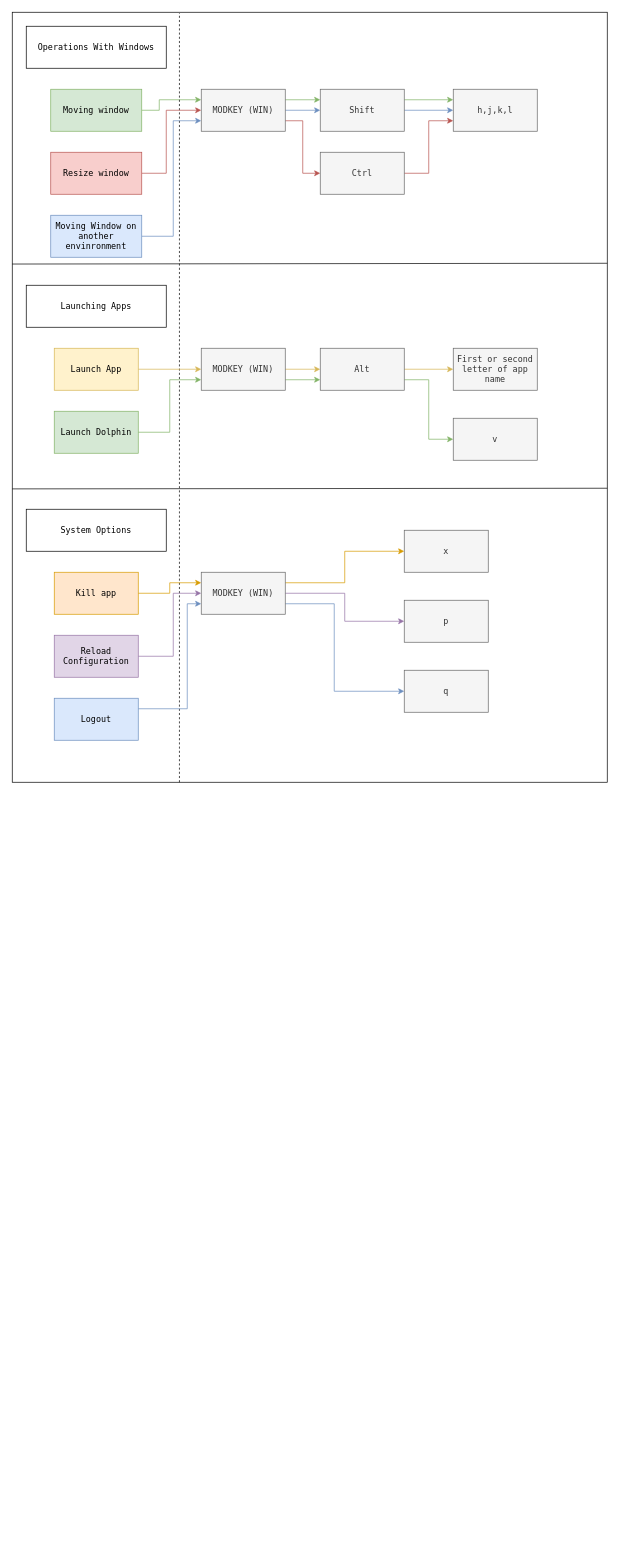
The draw.io diagram diagrams/Hotkeys.drawio in Username77177/GreatI3, before the edit. Source tidied: cells renumbered, new cells numbered last; positions are measured from the earlier drawing's top-left corner, leaving out a move shared by most shapes. Both pictures are drawn from the tidied source at 70%, with x=0, y=0 at pixel (12, 12).
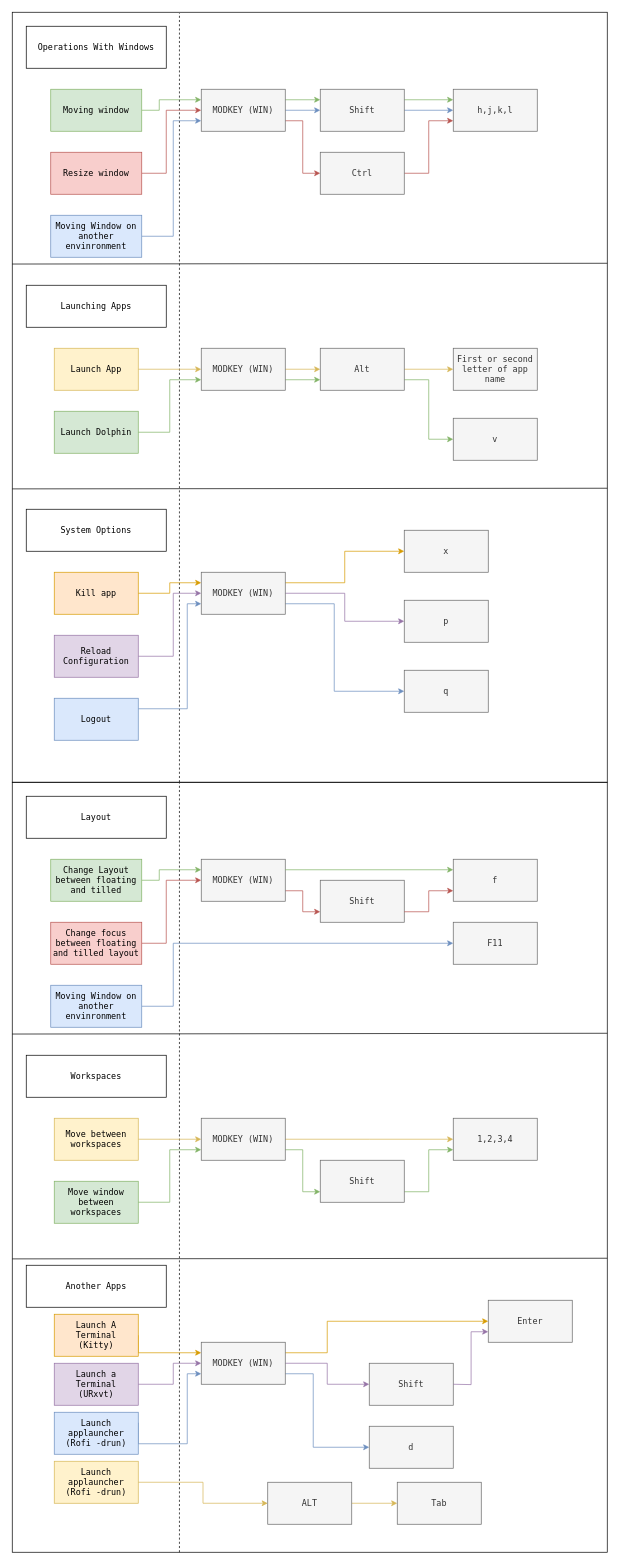
The same page after the edit.

Commit message (it also covers changes not shown here):
Xresources, Hotkeys, Great i3 diagrams modification, picom modification

Change to the diagram source:
```diff
@@
+    <mxCell id="50" style="rounded=0;whiteSpace=wrap;html=1;fillColor=none;" parent="1" vertex="1">
+      <mxGeometry y="1100" width="850" height="1100" as="geometry" />
+    </mxCell>
+    <mxCell id="51" value="Layout" style="rounded=0;whiteSpace=wrap;html=1;fontFamily=Lucida Console;" parent="1" vertex="1">
+      <mxGeometry x="20" y="1120" width="200" height="60" as="geometry" />
+    </mxCell>
+    <mxCell id="52" style="edgeStyle=orthogonalEdgeStyle;rounded=0;jettySize=auto;html=1;exitX=1;exitY=0.5;exitDx=0;exitDy=0;fontFamily=Lucida Console;fillColor=#d5e8d4;strokeColor=#82b366;entryX=0;entryY=0.25;entryDx=0;entryDy=0;" parent="1" edge="1" source="53" target="56">
+      <mxGeometry relative="1" as="geometry">
+        <Array as="points">
+          <mxPoint x="210" y="1240" />
+          <mxPoint x="210" y="1225" />
+        </Array>
+      </mxGeometry>
+    </mxCell>
+    <mxCell id="53" value="Change Layout between floating and tilled" style="rounded=0;whiteSpace=wrap;html=1;fillColor=#d5e8d4;fontFamily=Lucida Console;strokeColor=#82b366;" parent="1" vertex="1">
+      <mxGeometry x="55" y="1210" width="130" height="60" as="geometry" />
+    </mxCell>
+    <mxCell id="54" style="endArrow=none;dashed=1;html=1;fontFamily=Lucida Console;entryX=0.281;entryY=0.001;entryDx=0;entryDy=0;entryPerimeter=0;exitX=0.281;exitY=1;exitDx=0;exitDy=0;exitPerimeter=0;" parent="1" edge="1" source="50" target="50">
+      <mxGeometry relative="1" as="geometry" />
+    </mxCell>
+    <mxCell id="55" style="edgeStyle=orthogonalEdgeStyle;rounded=0;jettySize=auto;html=1;exitX=1;exitY=0.75;exitDx=0;exitDy=0;entryX=0;entryY=0.75;entryDx=0;entryDy=0;fontFamily=Lucida Console;fillColor=#f8cecc;strokeColor=#b85450;" parent="1" edge="1" source="56" target="58">
+      <mxGeometry relative="1" as="geometry" />
+    </mxCell>
+    <mxCell id="56" value="MODKEY (WIN)" style="rounded=0;whiteSpace=wrap;html=1;fillColor=#f5f5f5;fontFamily=Lucida Console;strokeColor=#666666;fontColor=#333333;" parent="1" vertex="1">
+      <mxGeometry x="270" y="1210" width="120" height="60" as="geometry" />
+    </mxCell>
+    <mxCell id="57" style="edgeStyle=orthogonalEdgeStyle;rounded=0;jettySize=auto;html=1;exitX=1;exitY=0.25;exitDx=0;exitDy=0;fontFamily=Lucida Console;fillColor=#d5e8d4;strokeColor=#82b366;entryX=0;entryY=0.25;entryDx=0;entryDy=0;" parent="1" edge="1" source="56" target="59">
+      <mxGeometry relative="1" as="geometry" />
+    </mxCell>
+    <mxCell id="58" value="Shift" style="rounded=0;whiteSpace=wrap;html=1;fillColor=#f5f5f5;fontFamily=Lucida Console;strokeColor=#666666;fontColor=#333333;" parent="1" vertex="1">
+      <mxGeometry x="440" y="1240" width="120" height="60" as="geometry" />
+    </mxCell>
+    <mxCell id="59" value="f" style="rounded=0;whiteSpace=wrap;html=1;fillColor=#f5f5f5;fontFamily=Lucida Console;strokeColor=#666666;fontColor=#333333;" parent="1" vertex="1">
+      <mxGeometry x="630" y="1210" width="120" height="60" as="geometry" />
+    </mxCell>
+    <mxCell id="60" style="edgeStyle=orthogonalEdgeStyle;rounded=0;jettySize=auto;html=1;exitX=1;exitY=0.5;exitDx=0;exitDy=0;entryX=0;entryY=0.5;entryDx=0;entryDy=0;fontFamily=Lucida Console;fillColor=#f8cecc;strokeColor=#b85450;" parent="1" edge="1" source="61" target="56">
+      <mxGeometry relative="1" as="geometry">
+        <Array as="points">
+          <mxPoint x="220" y="1330" />
+          <mxPoint x="220" y="1240" />
+        </Array>
+      </mxGeometry>
+    </mxCell>
+    <mxCell id="61" value="Change focus between floating and tilled layout" style="rounded=0;whiteSpace=wrap;html=1;fillColor=#f8cecc;fontFamily=Lucida Console;strokeColor=#b85450;" parent="1" vertex="1">
+      <mxGeometry x="55" y="1300" width="130" height="60" as="geometry" />
+    </mxCell>
+    <mxCell id="62" value="F11" style="rounded=0;whiteSpace=wrap;html=1;fillColor=#f5f5f5;fontFamily=Lucida Console;strokeColor=#666666;fontColor=#333333;" parent="1" vertex="1">
+      <mxGeometry x="630" y="1300" width="120" height="60" as="geometry" />
+    </mxCell>
+    <mxCell id="63" style="edgeStyle=orthogonalEdgeStyle;rounded=0;jettySize=auto;html=1;exitX=1;exitY=0.5;exitDx=0;exitDy=0;entryX=0;entryY=0.5;entryDx=0;entryDy=0;fontFamily=Lucida Console;fillColor=#dae8fc;strokeColor=#6c8ebf;" parent="1" edge="1" source="64" target="62">
+      <mxGeometry relative="1" as="geometry">
+        <Array as="points">
+          <mxPoint x="230" y="1420" />
+          <mxPoint x="230" y="1330" />
+        </Array>
+      </mxGeometry>
+    </mxCell>
+    <mxCell id="64" value="Moving Window on another envinronment" style="rounded=0;whiteSpace=wrap;html=1;fillColor=#dae8fc;fontFamily=Lucida Console;strokeColor=#6c8ebf;" parent="1" vertex="1">
+      <mxGeometry x="55" y="1390" width="130" height="60" as="geometry" />
+    </mxCell>
+    <mxCell id="65" style="endArrow=none;html=1;fontFamily=Lucida Console;exitX=0;exitY=0.327;exitDx=0;exitDy=0;exitPerimeter=0;entryX=1;entryY=0.326;entryDx=0;entryDy=0;entryPerimeter=0;" parent="1" edge="1" source="50" target="50">
+      <mxGeometry relative="1" as="geometry" />
+    </mxCell>
+    <mxCell id="66" value="Workspaces" style="rounded=0;whiteSpace=wrap;html=1;fontFamily=Lucida Console;" parent="1" vertex="1">
+      <mxGeometry x="20" y="1490" width="200" height="60" as="geometry" />
+    </mxCell>
+    <mxCell id="67" style="edgeStyle=orthogonalEdgeStyle;rounded=0;jettySize=auto;html=1;exitX=1;exitY=0.5;exitDx=0;exitDy=0;fontFamily=Lucida Console;fillColor=#fff2cc;strokeColor=#d6b656;" parent="1" edge="1" source="68" target="71">
+      <mxGeometry relative="1" as="geometry" />
+    </mxCell>
+    <mxCell id="68" value="Move between workspaces" style="rounded=0;whiteSpace=wrap;html=1;fillColor=#fff2cc;fontFamily=Lucida Console;strokeColor=#d6b656;" parent="1" vertex="1">
+      <mxGeometry x="60" y="1580" width="120" height="60" as="geometry" />
+    </mxCell>
+    <mxCell id="69" style="edgeStyle=orthogonalEdgeStyle;rounded=0;jettySize=auto;html=1;exitX=1;exitY=0.5;exitDx=0;exitDy=0;fontFamily=Lucida Console;fillColor=#fff2cc;strokeColor=#d6b656;" parent="1" edge="1" source="71">
+      <mxGeometry relative="1" as="geometry">
+        <mxPoint x="630" y="1610" as="targetPoint" />
+      </mxGeometry>
+    </mxCell>
+    <mxCell id="70" style="edgeStyle=orthogonalEdgeStyle;rounded=0;jettySize=auto;html=1;exitX=1;exitY=0.75;exitDx=0;exitDy=0;entryX=0;entryY=0.75;entryDx=0;entryDy=0;fontFamily=Lucida Console;fillColor=#d5e8d4;strokeColor=#82b366;" parent="1" edge="1" source="71" target="73">
+      <mxGeometry relative="1" as="geometry" />
+    </mxCell>
+    <mxCell id="71" value="MODKEY (WIN)" style="rounded=0;whiteSpace=wrap;html=1;fillColor=#f5f5f5;fontFamily=Lucida Console;strokeColor=#666666;fontColor=#333333;" parent="1" vertex="1">
+      <mxGeometry x="270" y="1580" width="120" height="60" as="geometry" />
+    </mxCell>
+    <mxCell id="72" style="edgeStyle=orthogonalEdgeStyle;rounded=0;jettySize=auto;html=1;exitX=1;exitY=0.75;exitDx=0;exitDy=0;entryX=0;entryY=0.75;entryDx=0;entryDy=0;fontFamily=Lucida Console;fillColor=#d5e8d4;strokeColor=#82b366;" parent="1" edge="1" source="73" target="74">
+      <mxGeometry relative="1" as="geometry" />
+    </mxCell>
+    <mxCell id="73" value="Shift" style="rounded=0;whiteSpace=wrap;html=1;fillColor=#f5f5f5;fontFamily=Lucida Console;strokeColor=#666666;fontColor=#333333;" parent="1" vertex="1">
+      <mxGeometry x="440" y="1640" width="120" height="60" as="geometry" />
+    </mxCell>
+    <mxCell id="74" value="1,2,3,4" style="rounded=0;whiteSpace=wrap;html=1;fillColor=#f5f5f5;fontFamily=Lucida Console;strokeColor=#666666;fontColor=#333333;" parent="1" vertex="1">
+      <mxGeometry x="630" y="1580" width="120" height="60" as="geometry" />
+    </mxCell>
+    <mxCell id="75" style="edgeStyle=orthogonalEdgeStyle;rounded=0;jettySize=auto;html=1;exitX=1;exitY=0.5;exitDx=0;exitDy=0;entryX=0;entryY=0.75;entryDx=0;entryDy=0;fontFamily=Lucida Console;fillColor=#d5e8d4;strokeColor=#82b366;" parent="1" edge="1" source="76" target="71">
+      <mxGeometry relative="1" as="geometry" />
+    </mxCell>
+    <mxCell id="76" value="Move window between workspaces" style="rounded=0;whiteSpace=wrap;html=1;fillColor=#d5e8d4;fontFamily=Lucida Console;strokeColor=#82b366;" parent="1" vertex="1">
+      <mxGeometry x="60" y="1670" width="120" height="60" as="geometry" />
+    </mxCell>
+    <mxCell id="77" style="endArrow=none;html=1;fontFamily=Lucida Console;exitX=0;exitY=0.619;exitDx=0;exitDy=0;exitPerimeter=0;entryX=1;entryY=0.326;entryDx=0;entryDy=0;entryPerimeter=0;" parent="1" edge="1" source="50">
+      <mxGeometry relative="1" as="geometry">
+        <mxPoint x="850" y="1780" as="targetPoint" />
+      </mxGeometry>
+    </mxCell>
+    <mxCell id="78" value="Another Apps" style="rounded=0;whiteSpace=wrap;html=1;fontFamily=Lucida Console;" parent="1" vertex="1">
+      <mxGeometry x="20" y="1790" width="200" height="60" as="geometry" />
+    </mxCell>
+    <mxCell id="79" style="edgeStyle=orthogonalEdgeStyle;rounded=0;jettySize=auto;html=1;exitX=1;exitY=0.5;exitDx=0;exitDy=0;fontFamily=Lucida Console;fillColor=#ffe6cc;strokeColor=#d79b00;entryX=0;entryY=0.25;entryDx=0;entryDy=0;" parent="1" edge="1" source="80" target="84">
+      <mxGeometry relative="1" as="geometry">
+        <Array as="points">
+          <mxPoint x="180" y="1915" />
+        </Array>
+      </mxGeometry>
+    </mxCell>
+    <mxCell id="80" value="Launch A Terminal&lt;br&gt;(Kitty)" style="rounded=0;whiteSpace=wrap;html=1;fillColor=#ffe6cc;fontFamily=Lucida Console;strokeColor=#d79b00;" parent="1" vertex="1">
+      <mxGeometry x="60" y="1860" width="120" height="60" as="geometry" />
+    </mxCell>
+    <mxCell id="81" style="edgeStyle=orthogonalEdgeStyle;rounded=0;jettySize=auto;html=1;exitX=1;exitY=0.25;exitDx=0;exitDy=0;entryX=0;entryY=0.5;entryDx=0;entryDy=0;fontFamily=Lucida Console;fillColor=#ffe6cc;strokeColor=#d79b00;" parent="1" edge="1" source="84" target="85">
+      <mxGeometry relative="1" as="geometry">
+        <Array as="points">
+          <mxPoint x="450" y="1915" />
+          <mxPoint x="450" y="1870" />
+        </Array>
+      </mxGeometry>
+    </mxCell>
+    <mxCell id="82" style="edgeStyle=orthogonalEdgeStyle;rounded=0;jettySize=auto;html=1;exitX=1;exitY=0.5;exitDx=0;exitDy=0;fontFamily=Lucida Console;fillColor=#e1d5e7;strokeColor=#9673a6;" parent="1" edge="1" source="84" target="88">
+      <mxGeometry relative="1" as="geometry" />
+    </mxCell>
+    <mxCell id="83" style="edgeStyle=orthogonalEdgeStyle;rounded=0;jettySize=auto;html=1;exitX=1;exitY=0.75;exitDx=0;exitDy=0;entryX=0;entryY=0.5;entryDx=0;entryDy=0;fontFamily=Lucida Console;fillColor=#dae8fc;strokeColor=#6c8ebf;" parent="1" edge="1" source="84" target="91">
+      <mxGeometry relative="1" as="geometry">
+        <Array as="points">
+          <mxPoint x="430" y="1945" />
+          <mxPoint x="430" y="2050" />
+        </Array>
+      </mxGeometry>
+    </mxCell>
+    <mxCell id="84" value="MODKEY (WIN)" style="rounded=0;whiteSpace=wrap;html=1;fillColor=#f5f5f5;fontFamily=Lucida Console;strokeColor=#666666;fontColor=#333333;" parent="1" vertex="1">
+      <mxGeometry x="270" y="1900" width="120" height="60" as="geometry" />
+    </mxCell>
+    <mxCell id="85" value="Enter" style="rounded=0;whiteSpace=wrap;html=1;fillColor=#f5f5f5;fontFamily=Lucida Console;strokeColor=#666666;fontColor=#333333;" parent="1" vertex="1">
+      <mxGeometry x="680" y="1840" width="120" height="60" as="geometry" />
+    </mxCell>
+    <mxCell id="86" style="edgeStyle=orthogonalEdgeStyle;rounded=0;jettySize=auto;html=1;exitX=1;exitY=0.5;exitDx=0;exitDy=0;entryX=0;entryY=0.5;entryDx=0;entryDy=0;fontFamily=Lucida Console;fillColor=#e1d5e7;strokeColor=#9673a6;" parent="1" edge="1" source="87" target="84">
+      <mxGeometry relative="1" as="geometry">
+        <Array as="points">
+          <mxPoint x="230" y="1960" />
+          <mxPoint x="230" y="1930" />
+        </Array>
+      </mxGeometry>
+    </mxCell>
+    <mxCell id="87" value="Launch a Terminal&lt;br&gt;(URxvt)" style="rounded=0;whiteSpace=wrap;html=1;fillColor=#e1d5e7;fontFamily=Lucida Console;strokeColor=#9673a6;" parent="1" vertex="1">
+      <mxGeometry x="60" y="1930" width="120" height="60" as="geometry" />
+    </mxCell>
+    <mxCell id="88" value="Shift" style="rounded=0;whiteSpace=wrap;html=1;fillColor=#f5f5f5;fontFamily=Lucida Console;strokeColor=#666666;fontColor=#333333;" parent="1" vertex="1">
+      <mxGeometry x="510" y="1930" width="120" height="60" as="geometry" />
+    </mxCell>
+    <mxCell id="89" style="edgeStyle=orthogonalEdgeStyle;rounded=0;jettySize=auto;html=1;exitX=1;exitY=0.25;exitDx=0;exitDy=0;entryX=0;entryY=0.75;entryDx=0;entryDy=0;fontFamily=Lucida Console;fillColor=#dae8fc;strokeColor=#6c8ebf;" parent="1" edge="1" source="90" target="84">
+      <mxGeometry relative="1" as="geometry">
+        <Array as="points">
+          <mxPoint x="250" y="2045" />
+          <mxPoint x="250" y="1945" />
+        </Array>
+      </mxGeometry>
+    </mxCell>
+    <mxCell id="90" value="Launch applauncher&lt;br&gt;(Rofi -drun)" style="rounded=0;whiteSpace=wrap;html=1;fillColor=#dae8fc;fontFamily=Lucida Console;strokeColor=#6c8ebf;" parent="1" vertex="1">
+      <mxGeometry x="60" y="2000" width="120" height="60" as="geometry" />
+    </mxCell>
+    <mxCell id="91" value="d" style="rounded=0;whiteSpace=wrap;html=1;fillColor=#f5f5f5;fontFamily=Lucida Console;strokeColor=#666666;fontColor=#333333;" parent="1" vertex="1">
+      <mxGeometry x="510" y="2020" width="120" height="60" as="geometry" />
+    </mxCell>
+    <mxCell id="92" style="edgeStyle=orthogonalEdgeStyle;rounded=0;jettySize=auto;html=1;entryX=0;entryY=0.75;entryDx=0;entryDy=0;fontFamily=Lucida Console;fillColor=#f8cecc;strokeColor=#b85450;exitX=1;exitY=0.75;exitDx=0;exitDy=0;" parent="1" edge="1" source="58" target="59">
+      <mxGeometry relative="1" as="geometry" />
+    </mxCell>
+    <mxCell id="93" style="edgeStyle=orthogonalEdgeStyle;rounded=0;jettySize=auto;html=1;exitX=1;exitY=0.5;exitDx=0;exitDy=0;fontFamily=Lucida Console;fillColor=#e1d5e7;strokeColor=#9673a6;entryX=0;entryY=0.75;entryDx=0;entryDy=0;" parent="1" edge="1" target="85">
+      <mxGeometry relative="1" as="geometry">
+        <mxPoint x="630" y="1960" as="sourcePoint" />
+      </mxGeometry>
+    </mxCell>
+    <mxCell id="94" style="edgeStyle=orthogonalEdgeStyle;rounded=0;jettySize=auto;html=1;exitX=1;exitY=0.5;exitDx=0;exitDy=0;fillColor=#fff2cc;strokeColor=#d6b656;" parent="1" edge="1" source="95" target="97">
+      <mxGeometry relative="1" as="geometry" />
+    </mxCell>
+    <mxCell id="95" value="Launch applauncher&lt;br&gt;(Rofi -drun)" style="rounded=0;whiteSpace=wrap;html=1;fillColor=#fff2cc;fontFamily=Lucida Console;strokeColor=#d6b656;" parent="1" vertex="1">
+      <mxGeometry x="60" y="2070" width="120" height="60" as="geometry" />
+    </mxCell>
+    <mxCell id="96" style="edgeStyle=orthogonalEdgeStyle;rounded=0;jettySize=auto;html=1;exitX=1;exitY=0.5;exitDx=0;exitDy=0;fillColor=#fff2cc;strokeColor=#d6b656;" parent="1" edge="1" source="97" target="98">
+      <mxGeometry relative="1" as="geometry" />
+    </mxCell>
+    <mxCell id="97" value="ALT" style="rounded=0;whiteSpace=wrap;html=1;fillColor=#f5f5f5;fontFamily=Lucida Console;strokeColor=#666666;fontColor=#333333;" parent="1" vertex="1">
+      <mxGeometry x="365" y="2100" width="120" height="60" as="geometry" />
+    </mxCell>
+    <mxCell id="98" value="Tab" style="rounded=0;whiteSpace=wrap;html=1;fillColor=#f5f5f5;fontFamily=Lucida Console;strokeColor=#666666;fontColor=#333333;" parent="1" vertex="1">
+      <mxGeometry x="550" y="2100" width="120" height="60" as="geometry" />
+    </mxCell>
```
